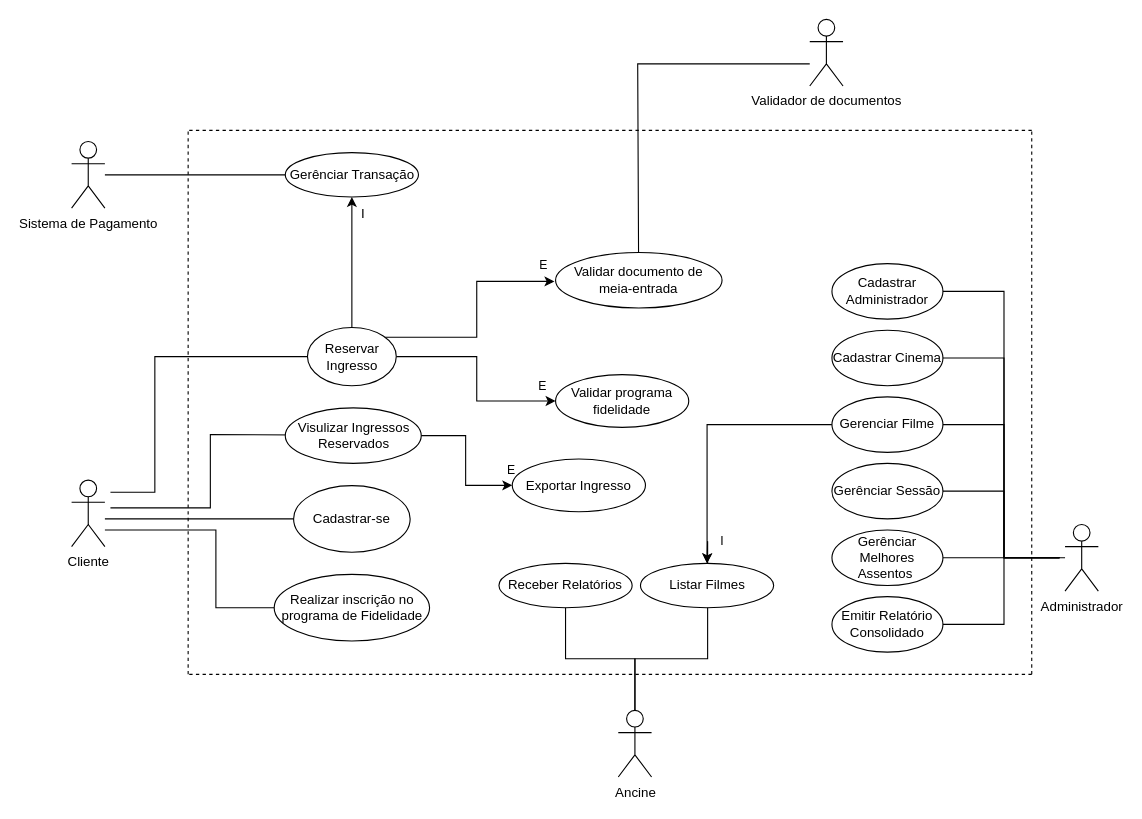
The draw.io diagram User_cases_fn.drawio.xml in JnSGoncalves/Modelagem-de-Software, before the edit. Source tidied: cells renumbered, new cells numbered last; positions are measured from the earlier drawing's top-left corner, leaving out a move shared by most shapes. Both pictures are drawn from the tidied source at 111%, with x=0, y=0 at pixel (71, 19).
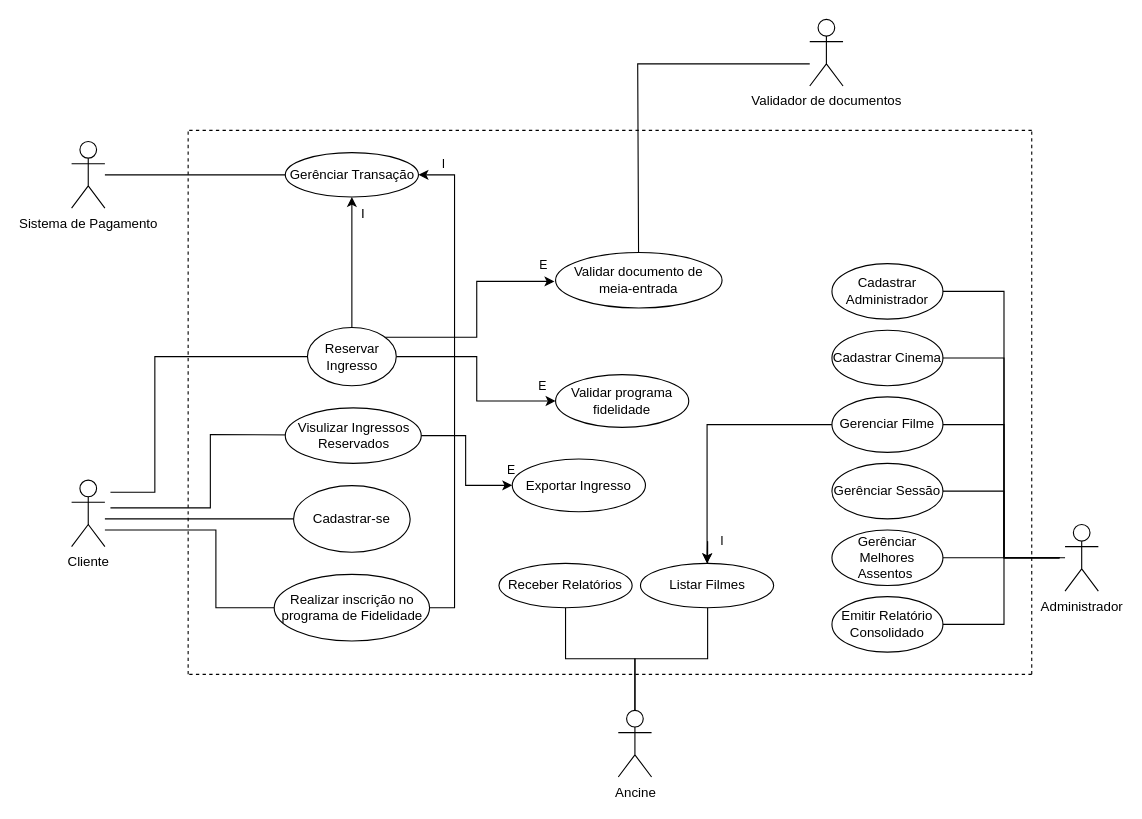
The same diagram, later.

Commit message (it also covers changes not shown here):
att user cases

The change refers to these unchanged cells:
```xml
<mxCell id="17" value="Realizar inscrição no programa de Fidelidade" style="ellipse;whiteSpace=wrap;html=1;" parent="1" vertex="1">
  <mxGeometry x="182.5" y="500" width="140" height="60" as="geometry" />
</mxCell>
<mxCell id="27" value="Gerênciar Transação" style="ellipse;whiteSpace=wrap;html=1;" parent="1" vertex="1">
  <mxGeometry x="192.5" y="120" width="120" height="40" as="geometry" />
</mxCell>
```

What changed in the source:
```diff
@@
+    <mxCell id="49" value="I" style="edgeStyle=orthogonalEdgeStyle;rounded=0;jettySize=auto;html=1;entryX=1;entryY=0.5;entryDx=0;entryDy=0;" parent="1" edge="1" source="17" target="27">
+      <mxGeometry x="0.9" y="-10" relative="1" as="geometry">
+        <Array as="points">
+          <mxPoint x="345" y="530" />
+          <mxPoint x="345" y="140" />
+        </Array>
+      </mxGeometry>
+    </mxCell>
```
